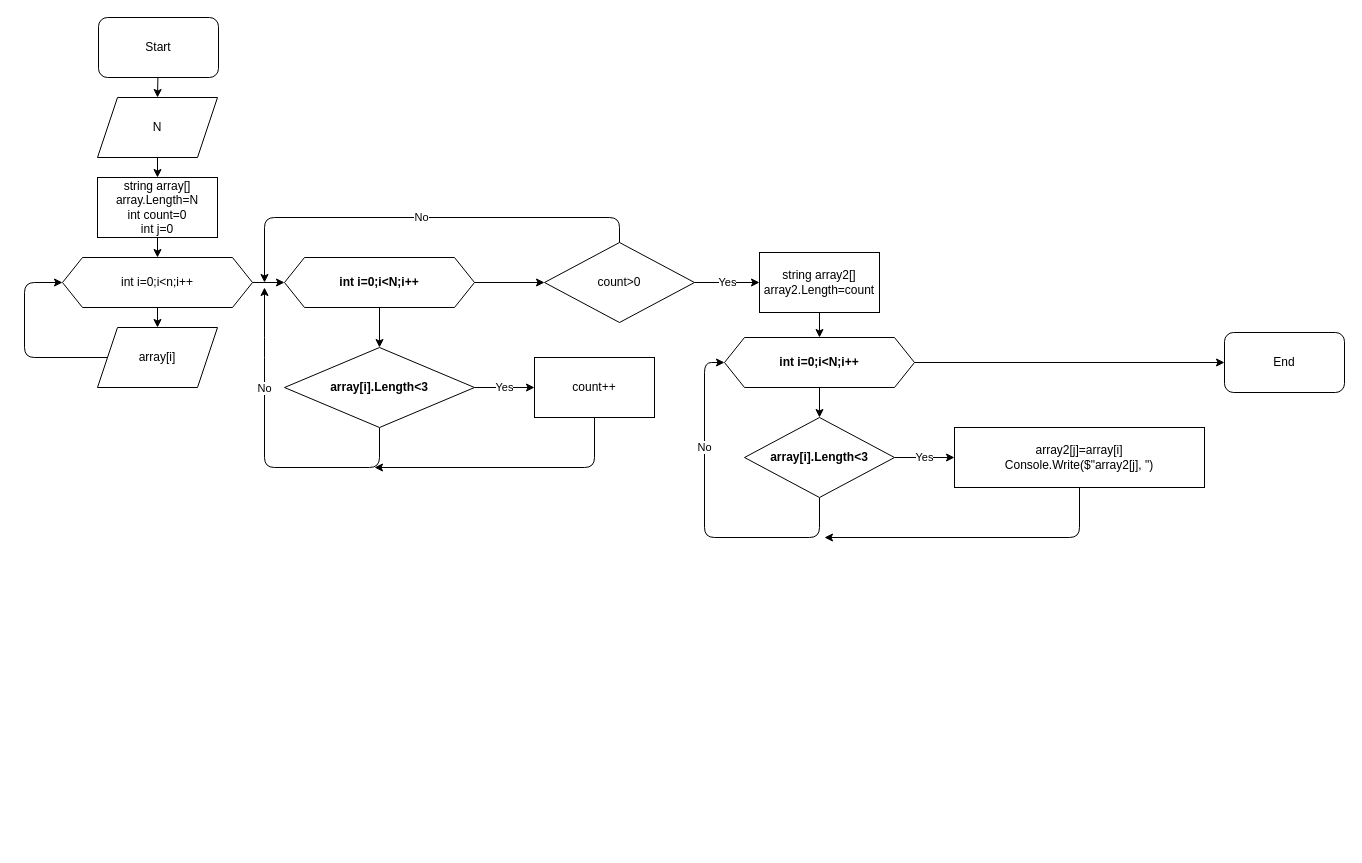
This is algorythm.drawio from OlegSumerkin/FinalTest, a draw.io file, before an edit. Source tidied: cells renumbered, new cells numbered last; positions are measured from the earlier drawing's top-left corner, leaving out a move shared by most shapes. Both pictures are drawn from the tidied source at 100%, with x=0, y=0 at pixel (24, 17).
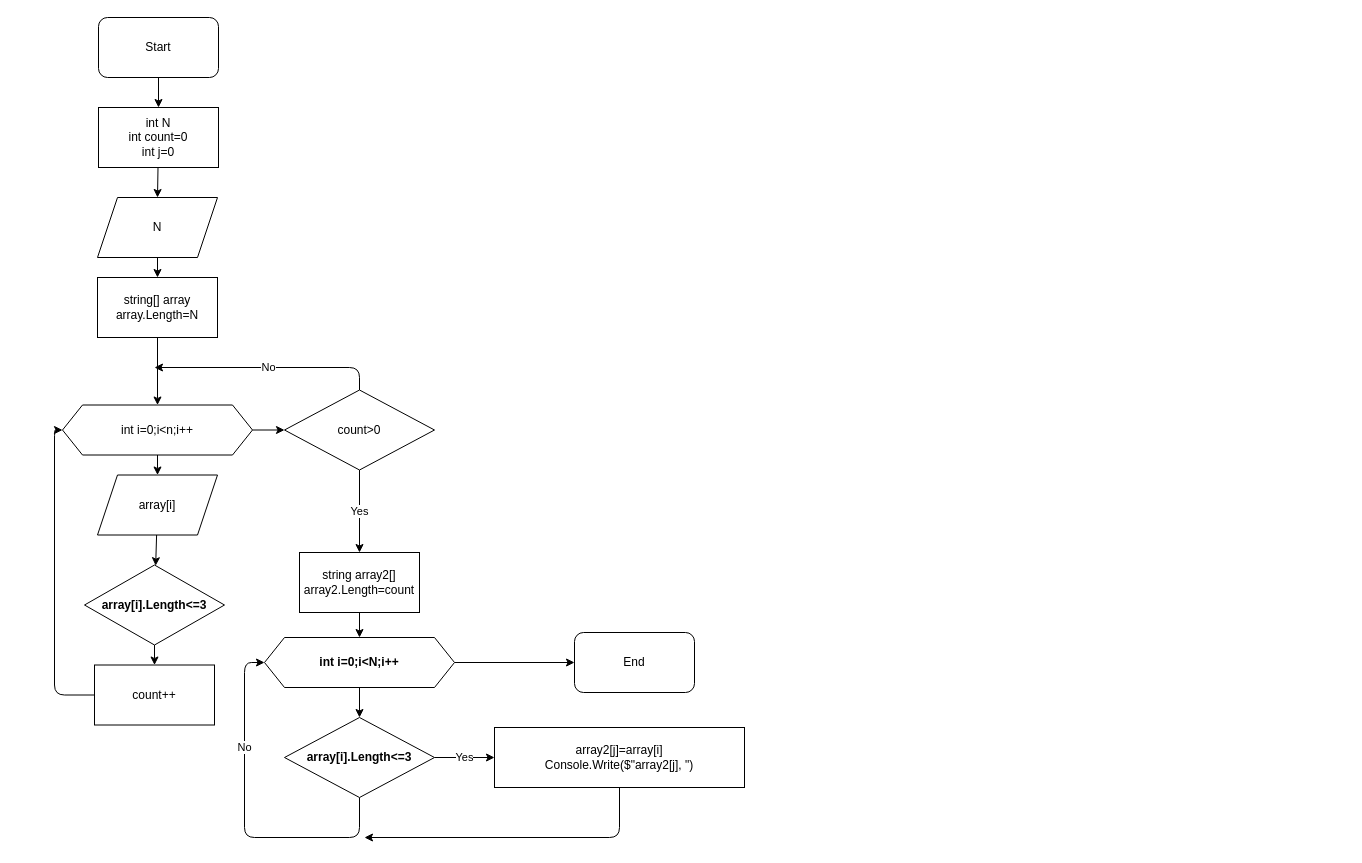
After the change.

Unchanged cells that the change refers to:
```xml
<mxCell id="3" value="Start" style="rounded=1;whiteSpace=wrap;html=1;" parent="1" vertex="1">
  <mxGeometry x="74" width="120" height="60" as="geometry" />
</mxCell>
```

Change to the diagram source:
```diff
@@
-    <mxCell id="2" style="edgeStyle=none;html=1;entryX=0.5;entryY=0;entryDx=0;entryDy=0;" parent="1" edge="1" source="3" target="5">
-      <mxGeometry relative="1" as="geometry" />
-    </mxCell>
+    <mxCell id="35" style="edgeStyle=none;html=1;entryX=0.5;entryY=0;entryDx=0;entryDy=0;" parent="1" edge="1" source="3" target="40">
+      <mxGeometry relative="1" as="geometry" />
+    </mxCell>
@@
     <mxCell id="5" value="N" style="shape=parallelogram;perimeter=parallelogramPerimeter;whiteSpace=wrap;html=1;fixedSize=1;" parent="1" vertex="1">
-      <mxGeometry x="73" y="80" width="120" height="60" as="geometry" />
+      <mxGeometry x="73" y="180" width="120" height="60" as="geometry" />
     </mxCell>
@@
-    <mxCell id="7" style="edgeStyle=none;html=1;entryX=0;entryY=0.5;entryDx=0;entryDy=0;" parent="1" edge="1" source="8" target="15">
+    <mxCell id="7" style="edgeStyle=none;html=1;entryX=0;entryY=0.5;entryDx=0;entryDy=0;" parent="1" edge="1" source="8" target="34">
       <mxGeometry relative="1" as="geometry" />
     </mxCell>
     <mxCell id="8" value="int i=0;i&amp;lt;n;i++" style="shape=hexagon;perimeter=hexagonPerimeter2;whiteSpace=wrap;html=1;fixedSize=1;" parent="1" vertex="1">
-      <mxGeometry x="38" y="240" width="190" height="50" as="geometry" />
+      <mxGeometry x="38" y="387.5" width="190" height="50" as="geometry" />
     </mxCell>
-    <mxCell id="9" style="edgeStyle=none;html=1;entryX=0;entryY=0.5;entryDx=0;entryDy=0;exitX=0;exitY=0.5;exitDx=0;exitDy=0;" parent="1" edge="1" source="10" target="8">
-      <mxGeometry relative="1" as="geometry">
-        <Array as="points">
-          <mxPoint y="340" />
-          <mxPoint y="265" />
-        </Array>
-      </mxGeometry>
-    </mxCell>
+    <mxCell id="36" style="edgeStyle=none;html=1;" parent="1" edge="1" source="10" target="42">
+      <mxGeometry relative="1" as="geometry" />
+    </mxCell>
     <mxCell id="10" value="array[i]" style="shape=parallelogram;perimeter=parallelogramPerimeter;whiteSpace=wrap;html=1;fixedSize=1;" parent="1" vertex="1">
-      <mxGeometry x="73" y="310" width="120" height="60" as="geometry" />
+      <mxGeometry x="73" y="457.5" width="120" height="60" as="geometry" />
     </mxCell>
@@
-    <mxCell id="12" value="string array[]&lt;br&gt;array.Length=N&lt;br&gt;int count=0&lt;br&gt;int j=0" style="rounded=0;whiteSpace=wrap;html=1;" parent="1" vertex="1">
-      <mxGeometry x="73" y="160" width="120" height="60" as="geometry" />
+    <mxCell id="12" value="string[] array&lt;br&gt;array.Length=N" style="rounded=0;whiteSpace=wrap;html=1;" parent="1" vertex="1">
+      <mxGeometry x="73" y="260" width="120" height="60" as="geometry" />
     </mxCell>
-    <mxCell id="13" style="edgeStyle=none;html=1;fontStyle=1;" parent="1" edge="1" source="15" target="18">
-      <mxGeometry relative="1" as="geometry" />
-    </mxCell>
-    <mxCell id="14" style="edgeStyle=none;html=1;" parent="1" edge="1" source="15" target="34">
-      <mxGeometry relative="1" as="geometry" />
-    </mxCell>
-    <mxCell id="15" value="int i=0;i&amp;lt;N;i++" style="shape=hexagon;perimeter=hexagonPerimeter2;whiteSpace=wrap;html=1;fixedSize=1;fontStyle=1;" parent="1" vertex="1">
-      <mxGeometry x="260" y="240" width="190" height="50" as="geometry" />
-    </mxCell>
-    <mxCell id="16" value="No" style="edgeStyle=none;html=1;exitX=0.5;exitY=1;exitDx=0;exitDy=0;" parent="1" edge="1" source="18">
-      <mxGeometry x="0.4" relative="1" as="geometry">
-        <mxPoint x="240" y="270" as="targetPoint" />
-        <Array as="points">
-          <mxPoint x="355" y="450" />
-          <mxPoint x="240" y="450" />
-          <mxPoint x="240" y="330" />
-        </Array>
-      </mxGeometry>
-    </mxCell>
-    <mxCell id="17" value="Yes" style="edgeStyle=none;html=1;entryX=0;entryY=0.5;entryDx=0;entryDy=0;" parent="1" edge="1" source="18" target="20">
-      <mxGeometry relative="1" as="geometry" />
-    </mxCell>
-    <mxCell id="18" value="array[i].Length&amp;lt;3" style="rhombus;whiteSpace=wrap;html=1;fontStyle=1;" parent="1" vertex="1">
-      <mxGeometry x="260" y="330" width="190" height="80" as="geometry" />
-    </mxCell>
-    <mxCell id="19" style="edgeStyle=none;html=1;exitX=0.5;exitY=1;exitDx=0;exitDy=0;" parent="1" edge="1" source="20">
-      <mxGeometry relative="1" as="geometry">
-        <mxPoint x="350" y="450" as="targetPoint" />
-        <Array as="points">
-          <mxPoint x="570" y="450" />
-        </Array>
-      </mxGeometry>
-    </mxCell>
+    <mxCell id="37" style="edgeStyle=none;html=1;entryX=0;entryY=0.5;entryDx=0;entryDy=0;exitX=0;exitY=0.5;exitDx=0;exitDy=0;" parent="1" edge="1" source="20" target="8">
+      <mxGeometry relative="1" as="geometry">
+        <Array as="points">
+          <mxPoint x="30" y="677.5" />
+          <mxPoint x="30" y="412.5" />
+        </Array>
+      </mxGeometry>
+    </mxCell>
     <mxCell id="20" value="count++" style="rounded=0;whiteSpace=wrap;html=1;" parent="1" vertex="1">
-      <mxGeometry x="510" y="340" width="120" height="60" as="geometry" />
+      <mxGeometry x="70" y="647.5" width="120" height="60" as="geometry" />
     </mxCell>
@@
     <mxCell id="22" value="string array2[]&lt;br&gt;array2.Length=count" style="rounded=0;whiteSpace=wrap;html=1;" parent="1" vertex="1">
-      <mxGeometry x="735" y="235" width="120" height="60" as="geometry" />
+      <mxGeometry x="275" y="535" width="120" height="60" as="geometry" />
     </mxCell>
@@
-    <mxCell id="24" style="edgeStyle=none;html=1;entryX=0;entryY=0.5;entryDx=0;entryDy=0;" parent="1" edge="1" source="25">
-      <mxGeometry relative="1" as="geometry">
-        <mxPoint x="1200" y="345" as="targetPoint" />
-      </mxGeometry>
-    </mxCell>
+    <mxCell id="38" style="edgeStyle=none;html=1;entryX=0;entryY=0.5;entryDx=0;entryDy=0;" parent="1" edge="1" source="25" target="31">
+      <mxGeometry relative="1" as="geometry" />
+    </mxCell>
     <mxCell id="25" value="int i=0;i&amp;lt;N;i++" style="shape=hexagon;perimeter=hexagonPerimeter2;whiteSpace=wrap;html=1;fixedSize=1;fontStyle=1;" parent="1" vertex="1">
-      <mxGeometry x="700" y="320" width="190" height="50" as="geometry" />
+      <mxGeometry x="240" y="620" width="190" height="50" as="geometry" />
     </mxCell>
     <mxCell id="26" value="No" style="edgeStyle=none;html=1;entryX=0;entryY=0.5;entryDx=0;entryDy=0;exitX=0.5;exitY=1;exitDx=0;exitDy=0;" parent="1" edge="1" source="28" target="25">
       <mxGeometry x="0.4" relative="1" as="geometry">
         <Array as="points">
-          <mxPoint x="795" y="520" />
-          <mxPoint x="680" y="520" />
-          <mxPoint x="680" y="345" />
+          <mxPoint x="335" y="820" />
+          <mxPoint x="220" y="820" />
+          <mxPoint x="220" y="645" />
         </Array>
       </mxGeometry>
     </mxCell>
@@
-    <mxCell id="28" value="array[i].Length&amp;lt;3" style="rhombus;whiteSpace=wrap;html=1;fontStyle=1;" parent="1" vertex="1">
-      <mxGeometry x="720" y="400" width="150" height="80" as="geometry" />
+    <mxCell id="28" value="array[i].Length&amp;lt;=3" style="rhombus;whiteSpace=wrap;html=1;fontStyle=1;" parent="1" vertex="1">
+      <mxGeometry x="260" y="700" width="150" height="80" as="geometry" />
     </mxCell>
     <mxCell id="29" style="edgeStyle=none;html=1;exitX=0.5;exitY=1;exitDx=0;exitDy=0;" parent="1" edge="1" source="30">
       <mxGeometry relative="1" as="geometry">
-        <mxPoint x="800" y="520" as="targetPoint" />
+        <mxPoint x="340" y="820" as="targetPoint" />
         <Array as="points">
-          <mxPoint x="1055" y="520" />
+          <mxPoint x="595" y="820" />
         </Array>
       </mxGeometry>
     </mxCell>
     <mxCell id="30" value="array2[j]=array[i]&lt;br&gt;Console.Write($&quot;array2[j], &quot;)" style="rounded=0;whiteSpace=wrap;html=1;" parent="1" vertex="1">
-      <mxGeometry x="930" y="410" width="250" height="60" as="geometry" />
+      <mxGeometry x="470" y="710" width="250" height="60" as="geometry" />
     </mxCell>
-    <mxCell id="31" value="End" style="rounded=1;whiteSpace=wrap;html=1;" parent="1" vertex="1">
-      <mxGeometry x="1200" y="315" width="120" height="60" as="geometry" />
-    </mxCell>
-    <mxCell id="32" value="Yes" style="edgeStyle=none;html=1;entryX=0;entryY=0.5;entryDx=0;entryDy=0;" parent="1" edge="1" source="34" target="22">
+    <mxCell id="32" value="Yes" style="edgeStyle=none;html=1;entryX=0.5;entryY=0;entryDx=0;entryDy=0;" parent="1" edge="1" source="34" target="22">
       <mxGeometry relative="1" as="geometry" />
     </mxCell>
     <mxCell id="33" value="No" style="edgeStyle=none;html=1;exitX=0.5;exitY=0;exitDx=0;exitDy=0;" parent="1" edge="1" source="34">
       <mxGeometry relative="1" as="geometry">
-        <mxPoint x="240" y="265" as="targetPoint" />
+        <mxPoint x="130" y="350" as="targetPoint" />
         <Array as="points">
-          <mxPoint x="595" y="200" />
-          <mxPoint x="240" y="200" />
+          <mxPoint x="335" y="350" />
         </Array>
       </mxGeometry>
     </mxCell>
     <mxCell id="34" value="count&amp;gt;0" style="rhombus;whiteSpace=wrap;html=1;" parent="1" vertex="1">
-      <mxGeometry x="520" y="225" width="150" height="80" as="geometry" />
+      <mxGeometry x="260" y="372.5" width="150" height="80" as="geometry" />
     </mxCell>
+    <mxCell id="39" style="edgeStyle=none;html=1;entryX=0.5;entryY=0;entryDx=0;entryDy=0;" parent="1" edge="1" source="40" target="5">
+      <mxGeometry relative="1" as="geometry" />
+    </mxCell>
+    <mxCell id="40" value="int N&lt;br&gt;int count=0&lt;br&gt;int j=0" style="rounded=0;whiteSpace=wrap;html=1;" parent="1" vertex="1">
+      <mxGeometry x="74" y="90" width="120" height="60" as="geometry" />
+    </mxCell>
+    <mxCell id="41" style="edgeStyle=none;html=1;entryX=0.5;entryY=0;entryDx=0;entryDy=0;" parent="1" edge="1" source="42" target="20">
+      <mxGeometry relative="1" as="geometry" />
+    </mxCell>
+    <mxCell id="42" value="&lt;span style=&quot;font-weight: 700&quot;&gt;array[i].Length&amp;lt;=3&lt;/span&gt;" style="rhombus;whiteSpace=wrap;html=1;" parent="1" vertex="1">
+      <mxGeometry x="60" y="547.5" width="140" height="80" as="geometry" />
+    </mxCell>
+    <mxCell id="31" value="End" style="rounded=1;whiteSpace=wrap;html=1;" parent="1" vertex="1">
+      <mxGeometry x="550" y="615" width="120" height="60" as="geometry" />
+    </mxCell>
```
